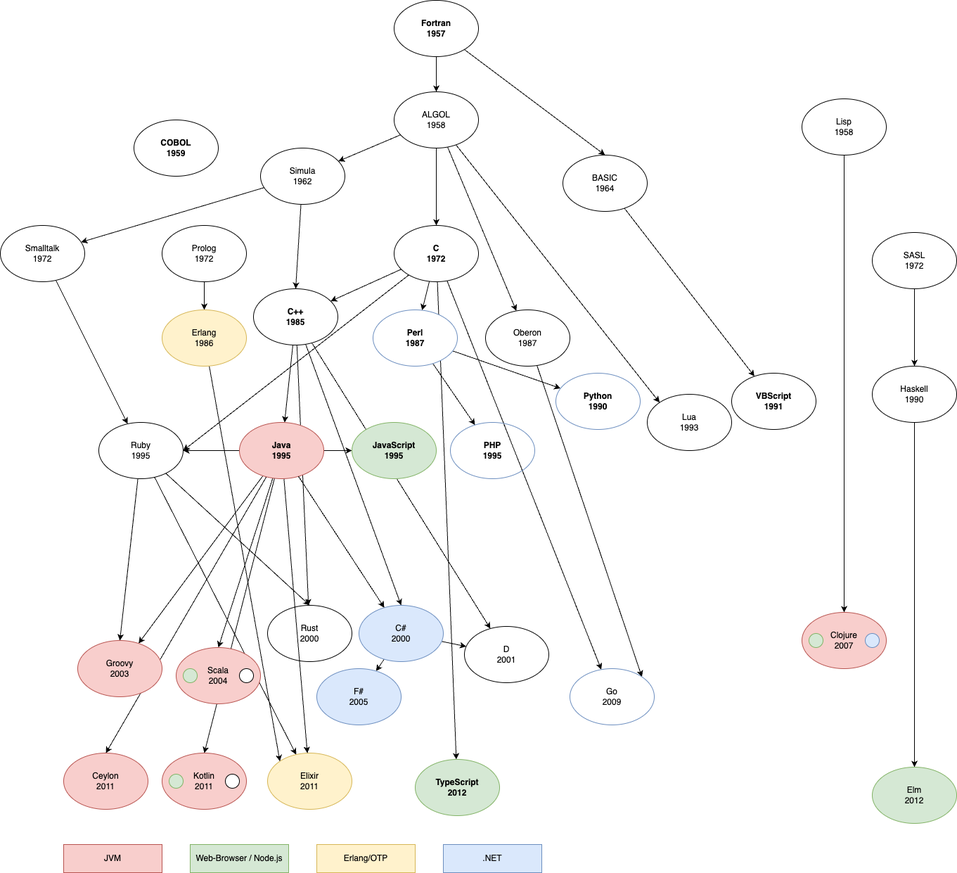
trutvo/dev-ecosystems keeps this draw.io diagram as lang-tree.png. Above is the earlier version. Source tidied: cells renumbered, new cells last; positions are measured from the earlier drawing's top-left corner, leaving out a move shared by most shapes.
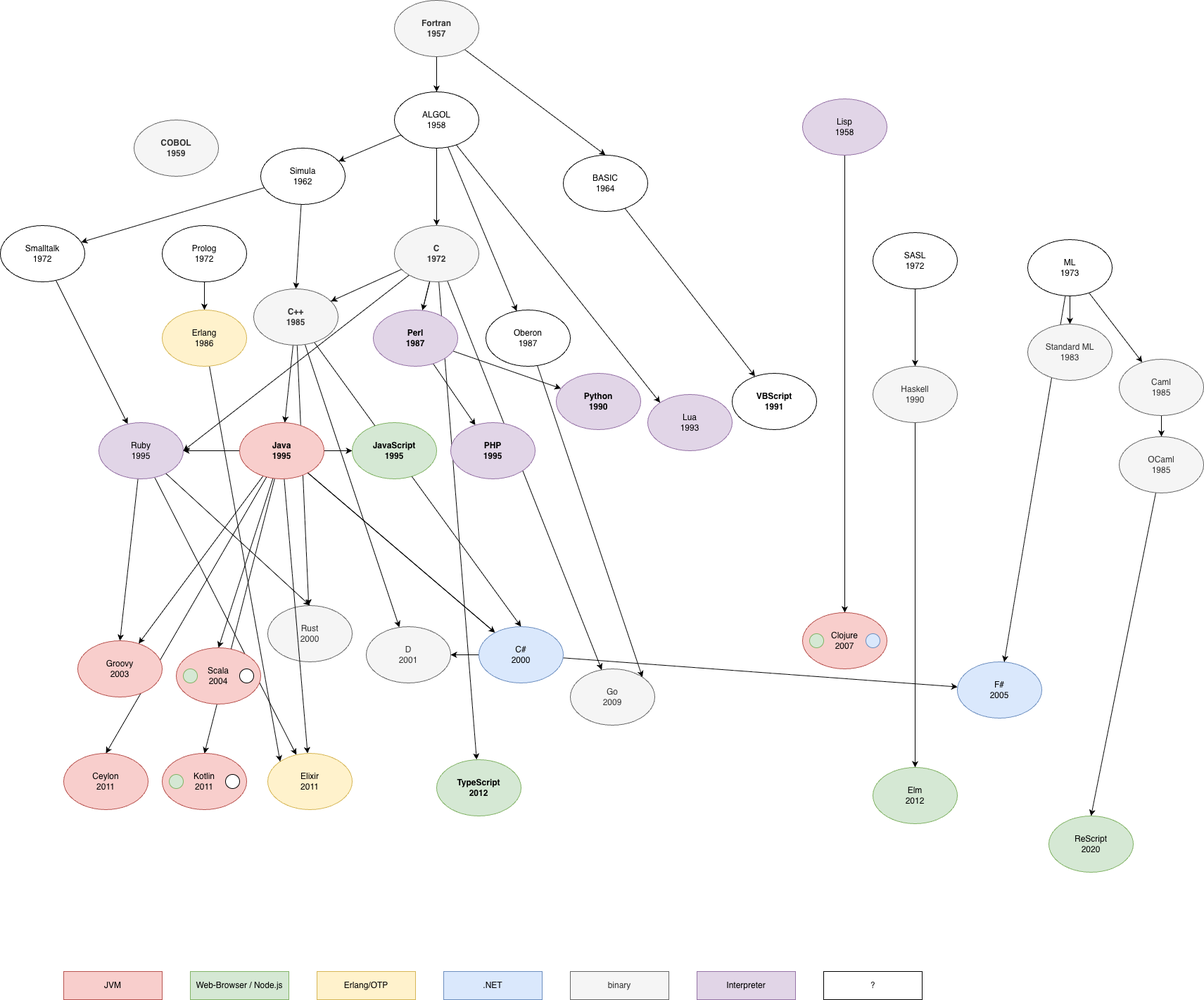
After the commit.

Change to the diagram source:
```diff
@@ -8,22 +8,22 @@
     <mxCell id="3" style="rounded=0;jettySize=auto;html=1;exitX=0.5;exitY=1;exitDx=0;exitDy=0;" parent="1" edge="1" source="68" target="6">
       <mxGeometry relative="1" as="geometry" />
     </mxCell>
-    <mxCell id="4" value="Lisp&lt;br&gt;1958" style="ellipse;whiteSpace=wrap;html=1;" parent="1" vertex="1">
+    <mxCell id="4" value="Lisp&lt;br&gt;1958" style="ellipse;whiteSpace=wrap;html=1;fillColor=#e1d5e7;strokeColor=#9673a6;" parent="1" vertex="1">
       <mxGeometry x="1140" y="140" width="120" height="80" as="geometry" />
     </mxCell>
     <mxCell id="5" style="edgeStyle=none;rounded=0;jettySize=auto;html=1;" parent="1" edge="1" source="6" target="7">
       <mxGeometry relative="1" as="geometry" />
     </mxCell>
-    <mxCell id="6" value="Haskell&lt;br&gt;1990" style="ellipse;whiteSpace=wrap;html=1;" parent="1" vertex="1">
+    <mxCell id="6" value="Haskell&lt;br&gt;1990" style="ellipse;whiteSpace=wrap;html=1;fillColor=#f5f5f5;fontColor=#333333;strokeColor=#666666;" parent="1" vertex="1">
       <mxGeometry x="1240" y="520" width="120" height="80" as="geometry" />
     </mxCell>
     <mxCell id="7" value="Elm&lt;br&gt;2012" style="ellipse;whiteSpace=wrap;html=1;fillColor=#d5e8d4;strokeColor=#82b366;" parent="1" vertex="1">
       <mxGeometry x="1240" y="1090" width="120" height="80" as="geometry" />
     </mxCell>
-    <mxCell id="8" value="Lua&lt;br&gt;1993" style="ellipse;whiteSpace=wrap;html=1;" parent="1" vertex="1">
+    <mxCell id="8" value="Lua&lt;br&gt;1993" style="ellipse;whiteSpace=wrap;html=1;fillColor=#e1d5e7;strokeColor=#9673a6;" parent="1" vertex="1">
       <mxGeometry x="920" y="560" width="120" height="80" as="geometry" />
     </mxCell>
-    <mxCell id="9" value="COBOL&lt;br&gt;1959" style="ellipse;whiteSpace=wrap;html=1;fontStyle=1;" parent="1" vertex="1">
+    <mxCell id="9" value="COBOL&lt;br&gt;1959" style="ellipse;whiteSpace=wrap;html=1;fontStyle=1;fillColor=#f5f5f5;fontColor=#333333;strokeColor=#666666;" parent="1" vertex="1">
       <mxGeometry x="190" y="170" width="120" height="80" as="geometry" />
     </mxCell>
     <mxCell id="10" style="edgeStyle=none;rounded=0;jettySize=auto;html=1;exitX=0.5;exitY=1;exitDx=0;exitDy=0;" parent="1" edge="1" source="17" target="36">
@@ -35,7 +35,7 @@
     <mxCell id="12" style="edgeStyle=none;rounded=0;jettySize=auto;html=1;entryX=0.5;entryY=0;entryDx=0;entryDy=0;" parent="1" edge="1" source="13" target="64">
       <mxGeometry relative="1" as="geometry" />
     </mxCell>
-    <mxCell id="13" value="Fortran&lt;br&gt;1957" style="ellipse;whiteSpace=wrap;html=1;fontStyle=1;" parent="1" vertex="1">
+    <mxCell id="13" value="Fortran&lt;br&gt;1957" style="ellipse;whiteSpace=wrap;html=1;fontStyle=1;fillColor=#f5f5f5;fontColor=#333333;strokeColor=#666666;" parent="1" vertex="1">
       <mxGeometry x="560" width="120" height="80" as="geometry" />
     </mxCell>
     <mxCell id="14" style="edgeStyle=none;rounded=0;jettySize=auto;html=1;" parent="1" edge="1" source="17" target="22">
@@ -80,7 +80,7 @@
     <mxCell id="27" style="edgeStyle=none;rounded=0;jettySize=auto;html=1;entryX=0.5;entryY=0;entryDx=0;entryDy=0;" parent="1" edge="1" source="28" target="45">
       <mxGeometry relative="1" as="geometry" />
     </mxCell>
-    <mxCell id="28" value="Ruby&lt;br&gt;1995" style="ellipse;whiteSpace=wrap;html=1;" parent="1" vertex="1">
+    <mxCell id="28" value="Ruby&lt;br&gt;1995" style="ellipse;whiteSpace=wrap;html=1;fillColor=#e1d5e7;strokeColor=#9673a6;" parent="1" vertex="1">
       <mxGeometry x="140" y="600" width="120" height="80" as="geometry" />
     </mxCell>
     <mxCell id="29" value="Elixir&lt;br&gt;2011" style="ellipse;whiteSpace=wrap;html=1;fillColor=#fff2cc;strokeColor=#d6b656;" parent="1" vertex="1">
@@ -104,19 +104,19 @@
     <mxCell id="35" style="edgeStyle=none;rounded=0;jettySize=auto;html=1;" parent="1" edge="1" source="36" target="76">
       <mxGeometry relative="1" as="geometry" />
     </mxCell>
-    <mxCell id="36" value="C&lt;br&gt;1972" style="ellipse;whiteSpace=wrap;html=1;fontStyle=1;" parent="1" vertex="1">
+    <mxCell id="36" value="C&lt;br&gt;1972" style="ellipse;whiteSpace=wrap;html=1;fontStyle=1;fillColor=#f5f5f5;fontColor=#333333;strokeColor=#666666;" parent="1" vertex="1">
       <mxGeometry x="560" y="320" width="120" height="80" as="geometry" />
     </mxCell>
-    <mxCell id="37" value="Python&lt;br&gt;1990" style="ellipse;whiteSpace=wrap;html=1;fillColor=#ffffff;strokeColor=#6c8ebf;fontStyle=1;" parent="1" vertex="1">
+    <mxCell id="37" value="Python&lt;br&gt;1990" style="ellipse;whiteSpace=wrap;html=1;fillColor=#e1d5e7;strokeColor=#9673a6;fontStyle=1;" parent="1" vertex="1">
       <mxGeometry x="790" y="530" width="120" height="80" as="geometry" />
     </mxCell>
     <mxCell id="38" style="edgeStyle=none;rounded=0;jettySize=auto;html=1;" parent="1" edge="1" source="73" target="39">
       <mxGeometry relative="1" as="geometry" />
     </mxCell>
-    <mxCell id="39" value="PHP&lt;br&gt;1995" style="ellipse;whiteSpace=wrap;html=1;fillColor=none;strokeColor=#6c8ebf;fontStyle=1;" parent="1" vertex="1">
+    <mxCell id="39" value="PHP&lt;br&gt;1995" style="ellipse;whiteSpace=wrap;html=1;fillColor=#e1d5e7;strokeColor=#9673a6;fontStyle=1;" parent="1" vertex="1">
       <mxGeometry x="640" y="600" width="120" height="80" as="geometry" />
     </mxCell>
-    <mxCell id="40" value="Go&lt;br&gt;2009" style="ellipse;whiteSpace=wrap;html=1;fillColor=#ffffff;strokeColor=#6c8ebf;" parent="1" vertex="1">
+    <mxCell id="40" value="Go&lt;br&gt;2009" style="ellipse;whiteSpace=wrap;html=1;fillColor=#f5f5f5;strokeColor=#666666;fontColor=#333333;" parent="1" vertex="1">
       <mxGeometry x="810" y="950" width="120" height="80" as="geometry" />
     </mxCell>
     <mxCell id="41" style="rounded=0;jettySize=auto;html=1;" parent="1" edge="1" source="75" target="55">
@@ -131,7 +131,7 @@
     <mxCell id="44" style="edgeStyle=none;rounded=0;jettySize=auto;html=1;" parent="1" edge="1" source="75" target="56">
       <mxGeometry relative="1" as="geometry" />
     </mxCell>
-    <mxCell id="45" value="Rust&lt;br&gt;2000" style="ellipse;whiteSpace=wrap;html=1;" parent="1" vertex="1">
+    <mxCell id="45" value="Rust&lt;br&gt;2000" style="ellipse;whiteSpace=wrap;html=1;fillColor=#f5f5f5;fontColor=#333333;strokeColor=#666666;" parent="1" vertex="1">
       <mxGeometry x="380" y="860" width="120" height="80" as="geometry" />
     </mxCell>
     <mxCell id="46" style="edgeStyle=none;rounded=0;jettySize=auto;html=1;" parent="1" edge="1" source="55" target="71">
@@ -164,8 +164,8 @@
     <mxCell id="55" value="Java&lt;br&gt;1995" style="ellipse;whiteSpace=wrap;html=1;fillColor=#f8cecc;strokeColor=#b85450;fontStyle=1;" parent="1" vertex="1">
       <mxGeometry x="340" y="600" width="120" height="80" as="geometry" />
     </mxCell>
-    <mxCell id="56" value="D&lt;br&gt;2001" style="ellipse;whiteSpace=wrap;html=1;" parent="1" vertex="1">
-      <mxGeometry x="660" y="890" width="120" height="80" as="geometry" />
+    <mxCell id="56" value="D&lt;br&gt;2001" style="ellipse;whiteSpace=wrap;html=1;fillColor=#f5f5f5;fontColor=#333333;strokeColor=#666666;" parent="1" vertex="1">
+      <mxGeometry x="520" y="890" width="120" height="80" as="geometry" />
     </mxCell>
     <mxCell id="57" value="JavaScript&lt;br&gt;1995" style="ellipse;whiteSpace=wrap;html=1;fillColor=#d5e8d4;strokeColor=#82b366;fontStyle=1;" parent="1" vertex="1">
       <mxGeometry x="500" y="600" width="120" height="80" as="geometry" />
@@ -210,22 +210,22 @@
       <mxGeometry relative="1" as="geometry" />
     </mxCell>
     <mxCell id="71" value="C#&lt;br&gt;2000" style="ellipse;whiteSpace=wrap;html=1;fillColor=#dae8fc;strokeColor=#6c8ebf;" parent="1" vertex="1">
-      <mxGeometry x="510" y="860" width="120" height="80" as="geometry" />
+      <mxGeometry x="680" y="890" width="120" height="80" as="geometry" />
     </mxCell>
     <mxCell id="72" style="edgeStyle=none;rounded=0;jettySize=auto;html=1;" parent="1" edge="1" source="55" target="71">
       <mxGeometry relative="1" as="geometry" />
     </mxCell>
-    <mxCell id="73" value="Perl&lt;br&gt;1987" style="ellipse;whiteSpace=wrap;html=1;fillColor=#ffffff;strokeColor=#6c8ebf;fontStyle=1;" parent="1" vertex="1">
+    <mxCell id="73" value="Perl&lt;br&gt;1987" style="ellipse;whiteSpace=wrap;html=1;fillColor=#e1d5e7;strokeColor=#9673a6;fontStyle=1;" parent="1" vertex="1">
       <mxGeometry x="530" y="440" width="120" height="80" as="geometry" />
     </mxCell>
     <mxCell id="74" style="edgeStyle=none;rounded=0;jettySize=auto;html=1;" parent="1" edge="1" source="36" target="73">
       <mxGeometry relative="1" as="geometry" />
     </mxCell>
-    <mxCell id="75" value="C++&lt;br&gt;1985" style="ellipse;whiteSpace=wrap;html=1;fontStyle=1;" parent="1" vertex="1">
+    <mxCell id="75" value="C++&lt;br&gt;1985" style="ellipse;whiteSpace=wrap;html=1;fontStyle=1;fillColor=#f5f5f5;fontColor=#333333;strokeColor=#666666;" parent="1" vertex="1">
       <mxGeometry x="360" y="410" width="120" height="80" as="geometry" />
     </mxCell>
     <mxCell id="76" value="TypeScript&lt;br&gt;2012" style="ellipse;whiteSpace=wrap;html=1;fillColor=#d5e8d4;strokeColor=#82b366;fontStyle=1;" parent="1" vertex="1">
-      <mxGeometry x="590" y="1079" width="120" height="80" as="geometry" />
+      <mxGeometry x="620" y="1079" width="120" height="80" as="geometry" />
     </mxCell>
     <mxCell id="77" style="ellipse;whiteSpace=wrap;html=1;fillColor=#d5e8d4;strokeColor=#82b366;" parent="1" vertex="1">
       <mxGeometry x="240" y="1100" width="20" height="20" as="geometry" />
@@ -252,19 +252,58 @@
       <mxGeometry x="90" y="30" width="20" height="20" as="geometry" />
     </mxCell>
     <mxCell id="85" value="JVM" style="rounded=0;whiteSpace=wrap;html=1;fillColor=#f8cecc;strokeColor=#b85450;" parent="1" vertex="1">
-      <mxGeometry x="90" y="1200" width="140" height="40" as="geometry" />
+      <mxGeometry x="90" y="1380" width="140" height="40" as="geometry" />
     </mxCell>
     <mxCell id="86" value="Web-Browser / Node.js" style="rounded=0;whiteSpace=wrap;html=1;fillColor=#d5e8d4;strokeColor=#82b366;" parent="1" vertex="1">
-      <mxGeometry x="270" y="1200" width="140" height="40" as="geometry" />
+      <mxGeometry x="270" y="1380" width="140" height="40" as="geometry" />
     </mxCell>
     <mxCell id="87" value="Erlang/OTP" style="rounded=0;whiteSpace=wrap;html=1;fillColor=#fff2cc;strokeColor=#d6b656;" parent="1" vertex="1">
-      <mxGeometry x="450" y="1200" width="140" height="40" as="geometry" />
+      <mxGeometry x="450" y="1380" width="140" height="40" as="geometry" />
     </mxCell>
     <mxCell id="88" value=".NET" style="rounded=0;whiteSpace=wrap;html=1;fillColor=#dae8fc;strokeColor=#6c8ebf;" parent="1" vertex="1">
-      <mxGeometry x="630" y="1200" width="140" height="40" as="geometry" />
+      <mxGeometry x="630" y="1380" width="140" height="40" as="geometry" />
     </mxCell>
     <mxCell id="89" value="F#&lt;br&gt;2005" style="ellipse;whiteSpace=wrap;html=1;fillColor=#dae8fc;strokeColor=#6c8ebf;" parent="1" vertex="1">
-      <mxGeometry x="450" y="950" width="120" height="80" as="geometry" />
+      <mxGeometry x="1360" y="940" width="120" height="80" as="geometry" />
     </mxCell>
+    <mxCell id="90" style="rounded=0;jettySize=auto;html=1;" parent="1" edge="1" source="93" target="94">
+      <mxGeometry relative="1" as="geometry" />
+    </mxCell>
+    <mxCell id="91" style="rounded=0;jettySize=auto;html=1;" parent="1" edge="1" source="93" target="96">
+      <mxGeometry relative="1" as="geometry" />
+    </mxCell>
+    <mxCell id="92" style="rounded=0;jettySize=auto;html=1;" parent="1" edge="1" source="93" target="89">
+      <mxGeometry relative="1" as="geometry" />
+    </mxCell>
+    <mxCell id="93" value="ML&lt;div&gt;1973&lt;/div&gt;" style="ellipse;whiteSpace=wrap;html=1;" parent="1" vertex="1">
+      <mxGeometry x="1460" y="340" width="120" height="80" as="geometry" />
+    </mxCell>
+    <mxCell id="94" value="Standard ML&lt;div&gt;1983&lt;/div&gt;" style="ellipse;whiteSpace=wrap;html=1;fillColor=#f5f5f5;fontColor=#333333;strokeColor=#666666;" parent="1" vertex="1">
+      <mxGeometry x="1460" y="460" width="120" height="80" as="geometry" />
+    </mxCell>
+    <mxCell id="95" style="rounded=0;jettySize=auto;html=1;entryX=0.5;entryY=0;entryDx=0;entryDy=0;" parent="1" edge="1" source="96" target="98">
+      <mxGeometry relative="1" as="geometry" />
+    </mxCell>
+    <mxCell id="96" value="Caml&lt;div&gt;1985&lt;/div&gt;" style="ellipse;whiteSpace=wrap;html=1;fillColor=#f5f5f5;fontColor=#333333;strokeColor=#666666;" parent="1" vertex="1">
+      <mxGeometry x="1590" y="510" width="120" height="80" as="geometry" />
+    </mxCell>
+    <mxCell id="97" style="rounded=0;jettySize=auto;html=1;entryX=0.5;entryY=0;entryDx=0;entryDy=0;" parent="1" edge="1" source="98" target="99">
+      <mxGeometry relative="1" as="geometry" />
+    </mxCell>
+    <mxCell id="98" value="OCaml&lt;div&gt;1985&lt;/div&gt;" style="ellipse;whiteSpace=wrap;html=1;fillColor=#f5f5f5;fontColor=#333333;strokeColor=#666666;" parent="1" vertex="1">
+      <mxGeometry x="1590" y="620" width="120" height="80" as="geometry" />
+    </mxCell>
+    <mxCell id="99" value="ReScript&lt;div&gt;2020&lt;/div&gt;" style="ellipse;whiteSpace=wrap;html=1;fillColor=#d5e8d4;strokeColor=#82b366;" parent="1" vertex="1">
+      <mxGeometry x="1490" y="1159" width="120" height="80" as="geometry" />
+    </mxCell>
+    <mxCell id="100" value="binary" style="rounded=0;whiteSpace=wrap;html=1;fillColor=#f5f5f5;strokeColor=#666666;fontColor=#333333;" parent="1" vertex="1">
+      <mxGeometry x="810" y="1380" width="140" height="40" as="geometry" />
+    </mxCell>
+    <mxCell id="101" value="Interpreter" style="rounded=0;whiteSpace=wrap;html=1;fillColor=#e1d5e7;strokeColor=#9673a6;" parent="1" vertex="1">
+      <mxGeometry x="990" y="1380" width="140" height="40" as="geometry" />
+    </mxCell>
+    <mxCell id="102" value="?" style="rounded=0;whiteSpace=wrap;html=1;" parent="1" vertex="1">
+      <mxGeometry x="1170" y="1380" width="140" height="40" as="geometry" />
+    </mxCell>
   </root>
 </mxGraphModel>
```
